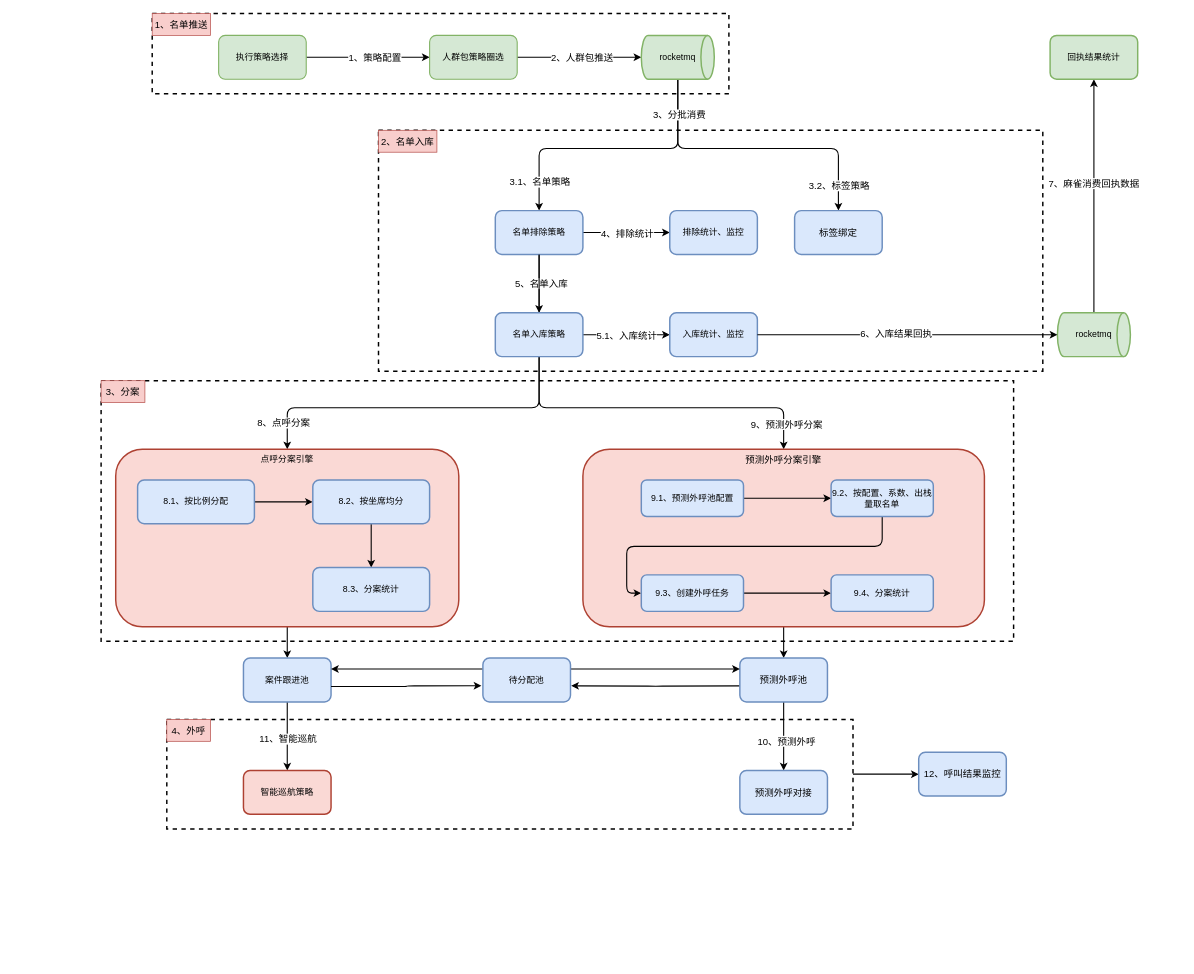
yuanlj-tea/picgo keeps this draw.io diagram as 电销系统运行架构图.drawio. Above is the earlier version. Source tidied: cells renumbered, new cells numbered last; positions are measured from the earlier drawing's top-left corner, leaving out a move shared by most shapes. Both pictures are drawn from the tidied source at 73%, with x=0, y=0 at pixel (101, 13).
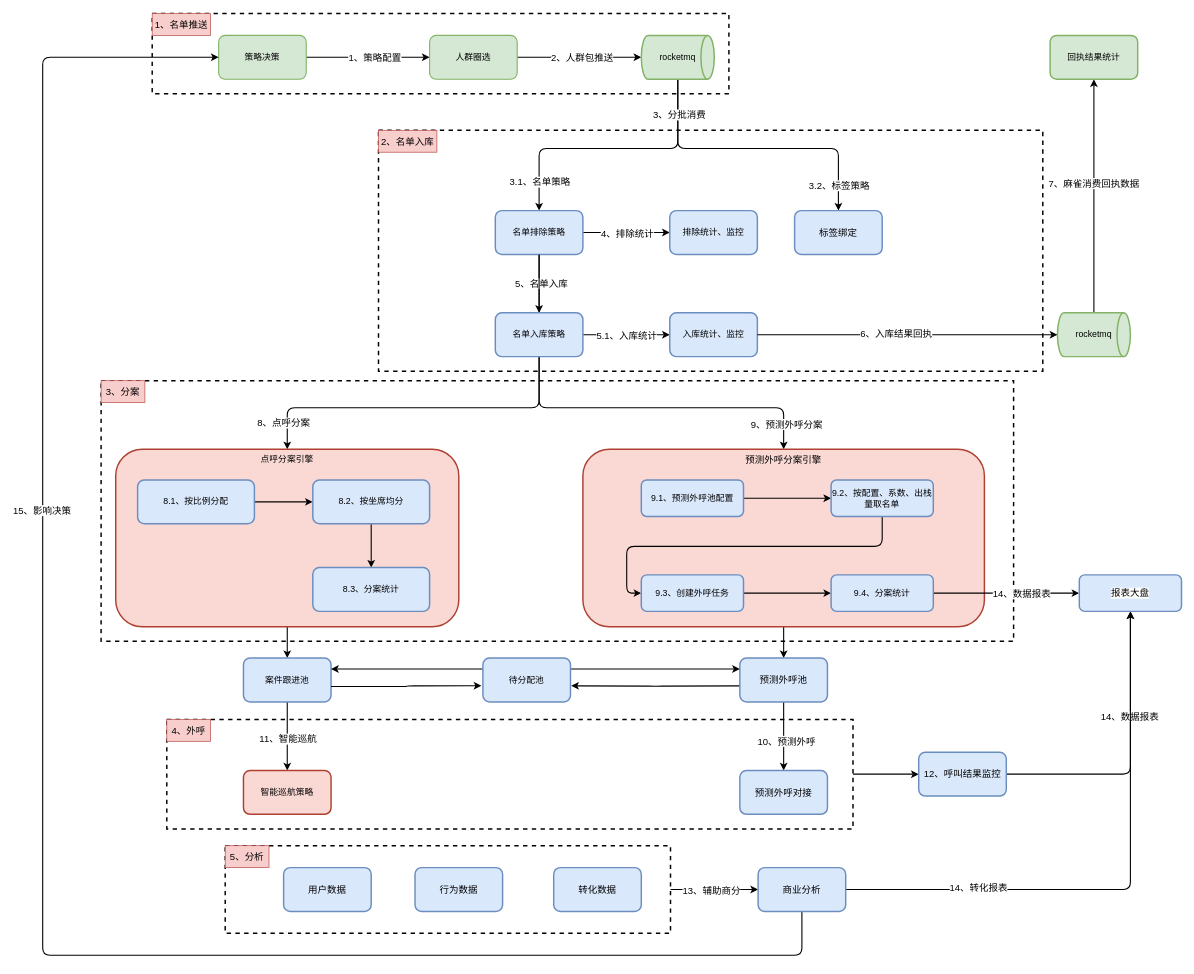
Above is the later version.

Commit message (it also covers changes not shown here):
更新电销系统运行架构图.drawio

Unchanged cells that the change refers to:
```xml
<mxCell id="65" value="9.4、分案统计" style="whiteSpace=wrap;html=1;fillColor=#dae8fc;strokeColor=#6c8ebf;strokeWidth=2;rounded=1;" parent="1" vertex="1">
  <mxGeometry x="1000" y="769" width="140" height="50" as="geometry" />
</mxCell>
<mxCell id="73" value="12、呼叫结果监控" style="whiteSpace=wrap;html=1;fillColor=#dae8fc;strokeColor=#6c8ebf;strokeWidth=2;rounded=1;labelBackgroundColor=none;align=center;verticalAlign=middle;fontFamily=Helvetica;fontSize=13;" parent="1" vertex="1">
  <mxGeometry x="1120" y="1012" width="120" height="60" as="geometry" />
</mxCell>
```

Diff of the diagram source:
```diff
@@
+    <mxCell id="4" style="rounded=0;whiteSpace=wrap;html=1;labelBackgroundColor=default;align=center;verticalAlign=middle;fontFamily=Helvetica;fontSize=13;fontColor=default;fillColor=none;gradientColor=none;dashed=1;strokeWidth=2;" parent="1" vertex="1">
+      <mxGeometry x="90" y="967" width="940" height="150" as="geometry" />
+    </mxCell>
+    <mxCell id="74" style="rounded=0;whiteSpace=wrap;html=1;labelBackgroundColor=default;align=center;verticalAlign=middle;fontFamily=Helvetica;fontSize=13;fontColor=default;fillColor=none;gradientColor=none;dashed=1;strokeWidth=2;" parent="1" vertex="1">
+      <mxGeometry x="170" y="1140" width="610" height="120" as="geometry" />
+    </mxCell>
@@
-    <mxCell id="4" style="rounded=0;whiteSpace=wrap;html=1;labelBackgroundColor=default;align=center;verticalAlign=middle;fontFamily=Helvetica;fontSize=13;fontColor=default;fillColor=none;gradientColor=none;dashed=1;strokeWidth=2;" parent="1" vertex="1">
-      <mxGeometry x="90" y="967" width="940" height="150" as="geometry" />
-    </mxCell>
@@
-    <mxCell id="9" value="执行策略选择" style="rounded=1;whiteSpace=wrap;html=1;strokeWidth=1.5;fillColor=#d5e8d4;strokeColor=#82b366;" parent="1" vertex="1">
+    <mxCell id="9" value="策略决策" style="rounded=1;whiteSpace=wrap;html=1;strokeWidth=1.5;fillColor=#d5e8d4;strokeColor=#82b366;" parent="1" vertex="1">
       <mxGeometry x="161" y="30" width="120" height="60" as="geometry" />
     </mxCell>
@@
-    <mxCell id="12" value="人群包策略圈选" style="rounded=1;whiteSpace=wrap;html=1;strokeWidth=1.5;fillColor=#d5e8d4;strokeColor=#82b366;" parent="1" vertex="1">
+    <mxCell id="12" value="人群圈选" style="rounded=1;whiteSpace=wrap;html=1;strokeWidth=1.5;fillColor=#d5e8d4;strokeColor=#82b366;" parent="1" vertex="1">
       <mxGeometry x="450" y="30" width="120" height="60" as="geometry" />
     </mxCell>
@@
+    <mxCell id="75" style="edgeStyle=orthogonalEdgeStyle;shape=connector;rounded=1;jettySize=auto;html=1;labelBackgroundColor=default;strokeColor=default;strokeWidth=1.5;align=center;verticalAlign=middle;fontFamily=Helvetica;fontSize=13;fontColor=default;endArrow=classic;" parent="1" edge="1" source="65" target="90">
+      <mxGeometry relative="1" as="geometry" />
+    </mxCell>
+    <mxCell id="76" value="14、数据报表" style="edgeLabel;html=1;align=center;verticalAlign=middle;fontSize=13;fontFamily=Helvetica;fontColor=default;" parent="75" vertex="1">
+      <mxGeometry x="-0.02" relative="1" as="geometry">
+        <mxPoint x="22" as="offset" />
+      </mxGeometry>
+    </mxCell>
@@
+    <mxCell id="77" style="edgeStyle=orthogonalEdgeStyle;shape=connector;rounded=1;jettySize=auto;html=1;labelBackgroundColor=default;strokeColor=default;strokeWidth=1.5;align=center;verticalAlign=middle;fontFamily=Helvetica;fontSize=13;fontColor=default;endArrow=classic;" parent="1" edge="1" source="73" target="90">
+      <mxGeometry relative="1" as="geometry" />
+    </mxCell>
+    <mxCell id="78" value="14、数据报表" style="edgeLabel;html=1;align=center;verticalAlign=middle;fontSize=13;fontFamily=Helvetica;fontColor=default;" parent="77" vertex="1">
+      <mxGeometry x="0.27" y="2" relative="1" as="geometry" />
+    </mxCell>
@@
+    <mxCell id="79" value="用户数据" style="whiteSpace=wrap;html=1;fillColor=#dae8fc;strokeColor=#6c8ebf;strokeWidth=2;rounded=1;labelBackgroundColor=none;align=center;verticalAlign=middle;fontFamily=Helvetica;fontSize=13;fontColor=default;" parent="1" vertex="1">
+      <mxGeometry x="250" y="1170" width="120" height="60" as="geometry" />
+    </mxCell>
+    <mxCell id="80" value="行为数据" style="whiteSpace=wrap;html=1;fillColor=#dae8fc;strokeColor=#6c8ebf;strokeWidth=2;rounded=1;labelBackgroundColor=none;align=center;verticalAlign=middle;fontFamily=Helvetica;fontSize=13;fontColor=default;" parent="1" vertex="1">
+      <mxGeometry x="430" y="1170" width="120" height="60" as="geometry" />
+    </mxCell>
+    <mxCell id="81" value="转化数据" style="whiteSpace=wrap;html=1;fillColor=#dae8fc;strokeColor=#6c8ebf;strokeWidth=2;rounded=1;labelBackgroundColor=none;align=center;verticalAlign=middle;fontFamily=Helvetica;fontSize=13;fontColor=default;" parent="1" vertex="1">
+      <mxGeometry x="620" y="1170" width="120" height="60" as="geometry" />
+    </mxCell>
+    <mxCell id="82" style="edgeStyle=orthogonalEdgeStyle;shape=connector;rounded=1;jettySize=auto;html=1;entryX=0;entryY=0.5;entryDx=0;entryDy=0;labelBackgroundColor=default;strokeColor=default;strokeWidth=1.5;align=center;verticalAlign=middle;fontFamily=Helvetica;fontSize=13;fontColor=default;endArrow=classic;" parent="1" edge="1" source="74" target="89">
+      <mxGeometry relative="1" as="geometry" />
+    </mxCell>
+    <mxCell id="83" value="13、辅助商分" style="edgeLabel;html=1;align=center;verticalAlign=middle;fontSize=13;fontFamily=Helvetica;fontColor=default;" parent="82" vertex="1">
+      <mxGeometry x="-0.08" y="-1" relative="1" as="geometry" />
+    </mxCell>
+    <mxCell id="84" value="5、分析" style="text;html=1;strokeColor=#b85450;fillColor=#f8cecc;align=center;verticalAlign=middle;whiteSpace=wrap;rounded=0;fontSize=13;fontFamily=Helvetica;" parent="1" vertex="1">
+      <mxGeometry x="170" y="1140" width="60" height="30" as="geometry" />
+    </mxCell>
+    <mxCell id="85" style="edgeStyle=orthogonalEdgeStyle;shape=connector;rounded=1;jettySize=auto;html=1;entryX=0.5;entryY=1;entryDx=0;entryDy=0;labelBackgroundColor=default;strokeColor=default;strokeWidth=1.5;align=center;verticalAlign=middle;fontFamily=Helvetica;fontSize=13;fontColor=default;endArrow=classic;" parent="1" edge="1" source="89" target="90">
+      <mxGeometry relative="1" as="geometry" />
+    </mxCell>
+    <mxCell id="86" value="14、转化报表" style="edgeLabel;html=1;align=center;verticalAlign=middle;fontSize=13;fontFamily=Helvetica;fontColor=default;" parent="85" vertex="1">
+      <mxGeometry x="-0.53" y="3" relative="1" as="geometry" />
+    </mxCell>
+    <mxCell id="87" style="edgeStyle=orthogonalEdgeStyle;shape=connector;rounded=1;jettySize=auto;html=1;entryX=0;entryY=0.5;entryDx=0;entryDy=0;labelBackgroundColor=default;strokeColor=default;strokeWidth=1.5;align=center;verticalAlign=middle;fontFamily=Helvetica;fontSize=13;fontColor=default;endArrow=classic;" parent="1" edge="1" source="89" target="9">
+      <mxGeometry relative="1" as="geometry">
+        <Array as="points">
+          <mxPoint x="960" y="1290" />
+          <mxPoint x="-80" y="1290" />
+          <mxPoint x="-80" y="60" />
+        </Array>
+      </mxGeometry>
+    </mxCell>
+    <mxCell id="88" value="15、影响决策" style="edgeLabel;html=1;align=center;verticalAlign=middle;fontSize=13;fontFamily=Helvetica;fontColor=default;" parent="87" vertex="1">
+      <mxGeometry x="0.33" y="2" relative="1" as="geometry" />
+    </mxCell>
+    <mxCell id="89" value="商业分析" style="whiteSpace=wrap;html=1;fillColor=#dae8fc;strokeColor=#6c8ebf;strokeWidth=2;rounded=1;labelBackgroundColor=none;align=center;verticalAlign=middle;fontFamily=Helvetica;fontSize=13;" parent="1" vertex="1">
+      <mxGeometry x="900" y="1170" width="120" height="60" as="geometry" />
+    </mxCell>
+    <mxCell id="90" value="报表大盘" style="whiteSpace=wrap;html=1;fillColor=#dae8fc;strokeColor=#6c8ebf;strokeWidth=2;rounded=1;labelBackgroundColor=default;align=center;verticalAlign=middle;fontFamily=Helvetica;fontSize=13;fontColor=default;" parent="1" vertex="1">
+      <mxGeometry x="1340" y="769" width="140" height="50" as="geometry" />
+    </mxCell>
```
